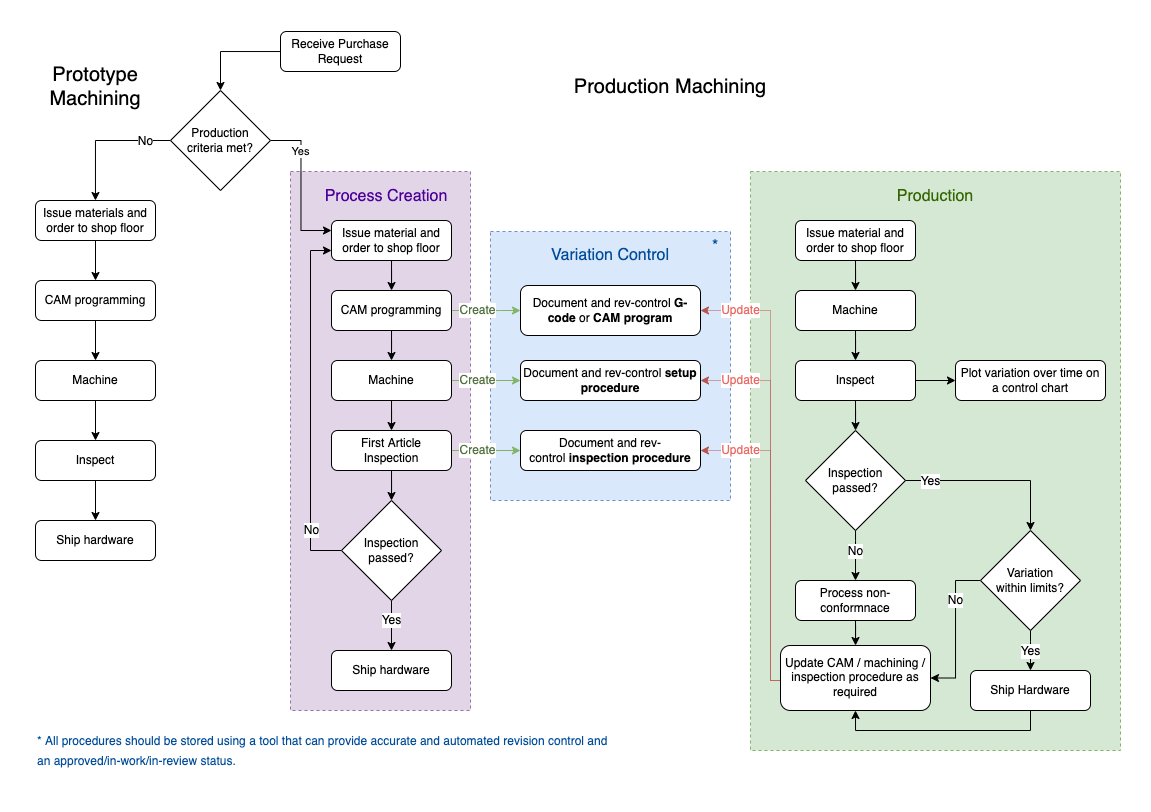
The draw.io diagram production-machining-flowchart.drawio.png in denningta/diagrams, before a commit. Source tidied: cells renumbered, new cells last; positions are measured from the earlier drawing's top-left corner, leaving out a move shared by most shapes.
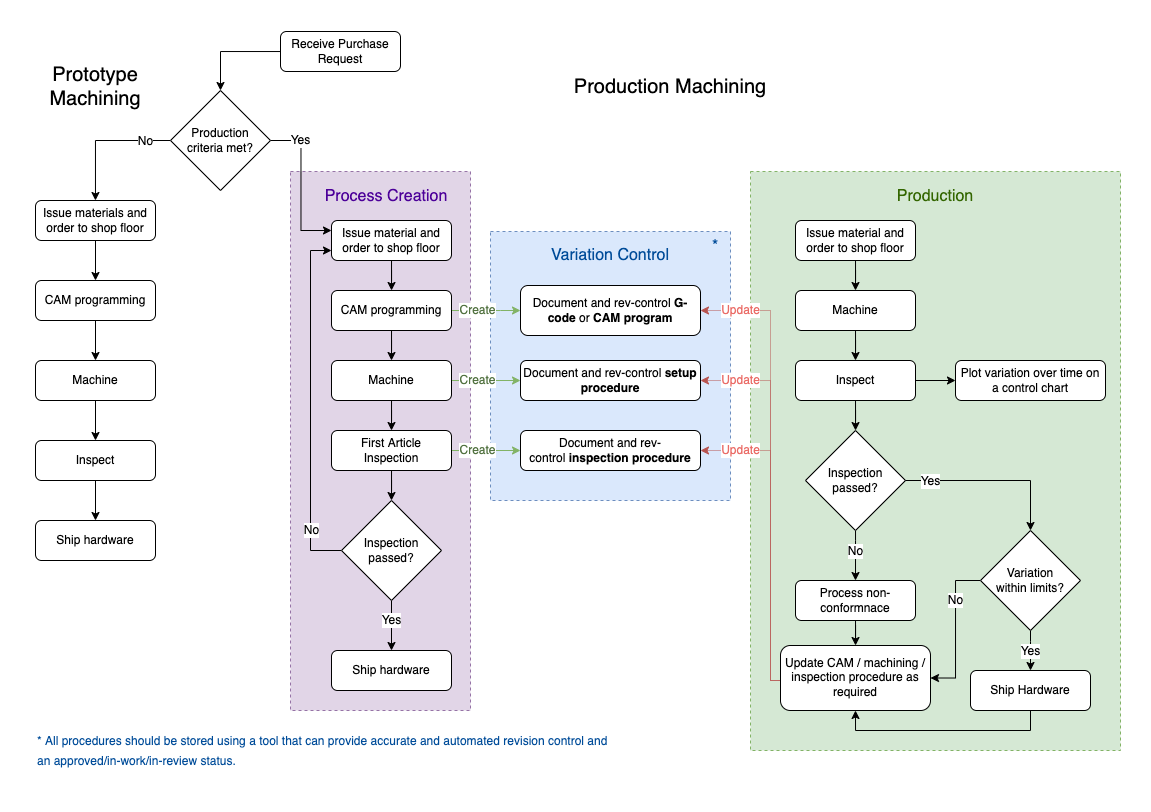
The same diagram one commit later.

Diff of the diagram source:
```diff
@@ -104,10 +104,8 @@
         <mxPoint x="49" y="-6" as="offset" />
       </mxGeometry>
     </mxCell>
-    <mxCell id="32" value="Yes" style="edgeStyle=orthogonalEdgeStyle;rounded=0;jettySize=auto;html=1;exitX=1;exitY=0.5;exitDx=0;exitDy=0;entryX=0;entryY=0.25;entryDx=0;entryDy=0;" parent="1" edge="1" source="33" target="18">
-      <mxGeometry x="-0.46" relative="1" as="geometry">
-        <mxPoint y="1" as="offset" />
-      </mxGeometry>
+    <mxCell id="32" value="&lt;font style=&quot;font-size: 12px&quot;&gt;Yes&lt;/font&gt;" style="edgeStyle=orthogonalEdgeStyle;rounded=0;jettySize=auto;html=1;exitX=1;exitY=0.5;exitDx=0;exitDy=0;entryX=0;entryY=0.25;entryDx=0;entryDy=0;" parent="1" edge="1" source="33" target="18">
+      <mxGeometry x="-0.6" relative="1" as="geometry" />
     </mxCell>
     <mxCell id="33" value="Production criteria met?" style="rhombus;whiteSpace=wrap;html=1;fontSize=12;spacingLeft=13;spacingRight=13;" parent="1" vertex="1">
       <mxGeometry x="170" y="90" width="100" height="100" as="geometry" />
```
